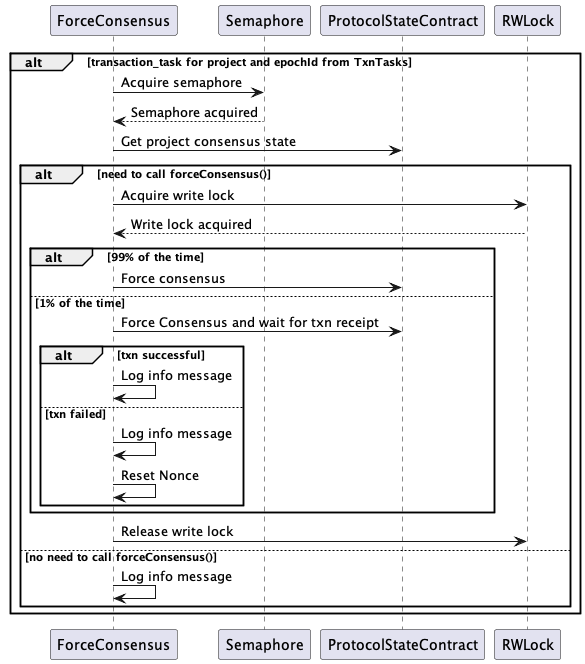
This is docs/images/txn_task.png from PowerLoom/epoch-manager, a PlantUML export, as it was before one commit. The source it was exported from:
```plantuml
@startuml

alt transaction_task for project and epochId from TxnTasks
        ForceConsensus -> Semaphore : Acquire semaphore
        Semaphore --> ForceConsensus : Semaphore acquired

        ForceConsensus -> ProtocolStateContract : Get project consensus state
        alt need to call forceConsensus()

            ForceConsensus -> RWLock : Acquire write lock
            RWLock --> ForceConsensus : Write lock acquired

            alt 99% of the time
                ForceConsensus -> ProtocolStateContract : Force consensus

            else 1% of the time
                ForceConsensus -> ProtocolStateContract : Force Consensus and wait for txn receipt
                alt txn successful
                    ForceConsensus -> ForceConsensus : Log info message
                else txn failed
                    ForceConsensus -> ForceConsensus : Log info message
                    ForceConsensus -> ForceConsensus : Reset Nonce
                end
            end

            ForceConsensus -> RWLock : Release write lock

        else no need to call forceConsensus()

            ForceConsensus -> ForceConsensus : Log info message
        end
end
@enduml
```
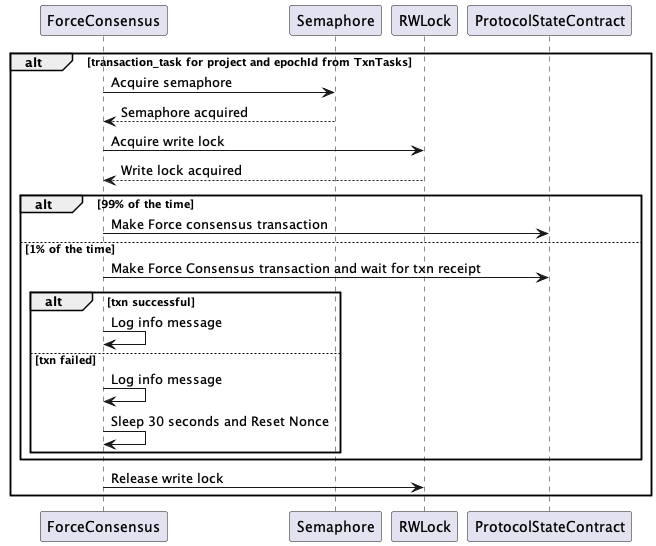
The same diagram one commit later.

Commit message:
chore: update sequence diagrams, fix sleep times to 30 seconds while resettings nonce

Change to the diagram source:
```diff
@@ -4,30 +4,22 @@
         ForceConsensus -> Semaphore : Acquire semaphore
         Semaphore --> ForceConsensus : Semaphore acquired
 
-        ForceConsensus -> ProtocolStateContract : Get project consensus state
-        alt need to call forceConsensus()
+        ForceConsensus -> RWLock : Acquire write lock
+        RWLock --> ForceConsensus : Write lock acquired
 
-            ForceConsensus -> RWLock : Acquire write lock
-            RWLock --> ForceConsensus : Write lock acquired
+        alt 99% of the time
+            ForceConsensus -> ProtocolStateContract : Make Force consensus transaction
 
-            alt 99% of the time
-                ForceConsensus -> ProtocolStateContract : Force consensus
+        else 1% of the time
+            ForceConsensus -> ProtocolStateContract : Make Force Consensus transaction and wait for txn receipt
+            alt txn successful
+                ForceConsensus -> ForceConsensus : Log info message
+            else txn failed
+                ForceConsensus -> ForceConsensus : Log info message
+                ForceConsensus -> ForceConsensus : Sleep 30 seconds and Reset Nonce
+            end
+        end
 
-            else 1% of the time
-                ForceConsensus -> ProtocolStateContract : Force Consensus and wait for txn receipt
-                alt txn successful
-                    ForceConsensus -> ForceConsensus : Log info message
-                else txn failed
-                    ForceConsensus -> ForceConsensus : Log info message
-                    ForceConsensus -> ForceConsensus : Reset Nonce
-                end
-            end
-
-            ForceConsensus -> RWLock : Release write lock
-
-        else no need to call forceConsensus()
-
-            ForceConsensus -> ForceConsensus : Log info message
-        end
+        ForceConsensus -> RWLock : Release write lock
 end
 @enduml
```
